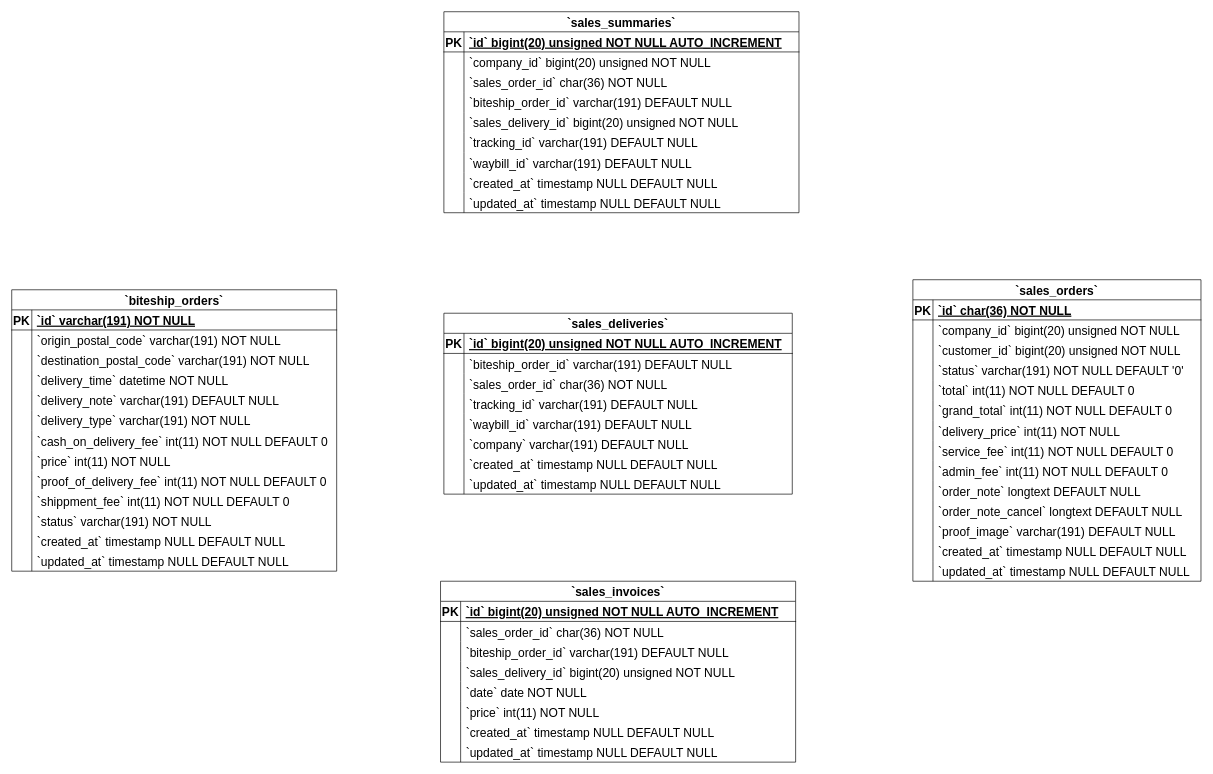
The draw.io diagram Sales Deliveries ERD Diagram.drawio in Simasco/diagram, before the edit. Source tidied: cells renumbered, new cells numbered last; positions are measured from the earlier drawing's top-left corner, leaving out a move shared by most shapes. Both pictures are drawn from the tidied source at 67%, with x=0, y=0 at pixel (11, 11).
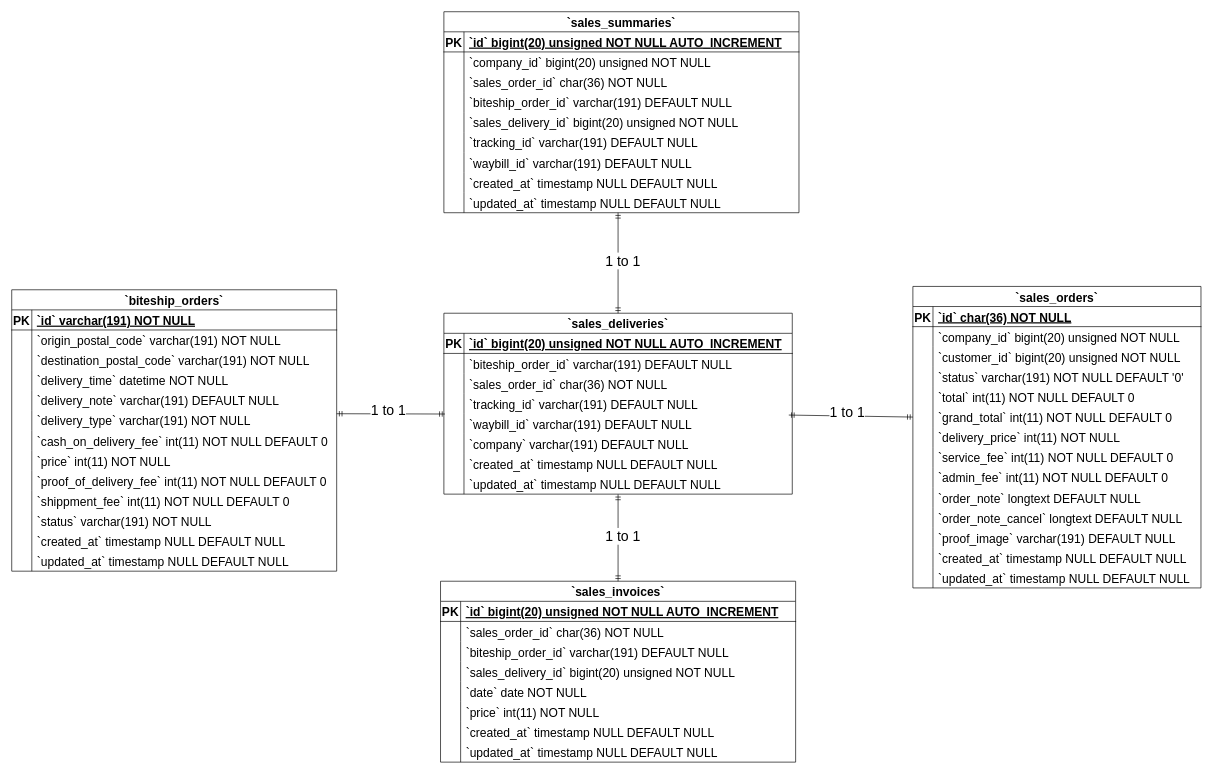
The same page after the edit.

Unchanged cells that the change refers to:
```xml
<mxCell id="42" value="`sales_deliveries`" style="shape=table;startSize=30;childLayout=tableLayout;rowLines=0;fontStyle=1;align=center;fontSize=18;" parent="1" vertex="1">
  <mxGeometry x="645" y="450" width="520" height="270" as="geometry" />
</mxCell>
<mxCell id="52" style="shape=tableRow;horizontal=0;startSize=0;swimlaneHead=0;swimlaneBody=0;fillColor=none;points=[[0,0.5],[1,0.5]];portConstraint=eastwest;strokeColor=inherit;top=0;left=0;right=0;bottom=0;fontSize=18;" parent="42" vertex="1">
  <mxGeometry y="120" width="520" height="30" as="geometry" />
</mxCell>
<mxCell id="55" style="shape=tableRow;horizontal=0;startSize=0;swimlaneHead=0;swimlaneBody=0;fillColor=none;points=[[0,0.5],[1,0.5]];portConstraint=eastwest;strokeColor=inherit;top=0;left=0;right=0;bottom=0;fontSize=18;" parent="42" vertex="1">
  <mxGeometry y="150" width="520" height="30" as="geometry" />
</mxCell>
<mxCell id="64" style="shape=tableRow;horizontal=0;startSize=0;swimlaneHead=0;swimlaneBody=0;fillColor=none;points=[[0,0.5],[1,0.5]];portConstraint=eastwest;strokeColor=inherit;top=0;left=0;right=0;bottom=0;fontSize=18;" parent="42" vertex="1">
  <mxGeometry y="240" width="520" height="30" as="geometry" />
</mxCell>
<mxCell id="83" style="shape=tableRow;horizontal=0;startSize=0;swimlaneHead=0;swimlaneBody=0;fillColor=none;points=[[0,0.5],[1,0.5]];portConstraint=eastwest;strokeColor=inherit;top=0;left=0;right=0;bottom=0;fontSize=18;" parent="67" vertex="1">
  <mxGeometry y="180" width="430" height="30" as="geometry" />
</mxCell>
<mxCell id="110" value="`sales_invoices`" style="shape=table;startSize=30;childLayout=tableLayout;rowLines=0;fontStyle=1;align=center;fontSize=18;" parent="1" vertex="1">
  <mxGeometry x="640" y="850" width="530" height="270" as="geometry" />
</mxCell>
```

Diff of the diagram source:
```diff
@@
     <mxCell id="67" value="`sales_orders`" style="shape=table;startSize=30;childLayout=tableLayout;rowLines=0;fontStyle=1;align=center;fontSize=18;" parent="1" vertex="1">
-      <mxGeometry x="1345" y="400" width="430" height="450" as="geometry" />
+      <mxGeometry x="1345" y="410" width="430" height="450" as="geometry" />
     </mxCell>
@@
+    <mxCell id="163" style="fontSize=12;html=1;endArrow=ERmandOne;startArrow=ERmandOne;rounded=0;exitX=0.5;exitY=1.012;exitDx=0;exitDy=0;exitPerimeter=0;entryX=0.5;entryY=0;entryDx=0;entryDy=0;" parent="1" edge="1" source="64" target="110">
+      <mxGeometry relative="1" as="geometry" />
+    </mxCell>
+    <mxCell id="164" value="&lt;font style=&quot;font-size: 21px;&quot;&gt;1 to 1&lt;/font&gt;" style="edgeLabel;html=1;align=center;verticalAlign=middle;" parent="163" vertex="1">
+      <mxGeometry x="-0.05" y="7" relative="1" as="geometry">
+        <mxPoint x="-1" as="offset" />
+      </mxGeometry>
+    </mxCell>
+    <mxCell id="165" style="fontSize=12;html=1;endArrow=ERmandOne;startArrow=ERmandOne;rounded=0;" parent="1" edge="1" target="42">
+      <mxGeometry relative="1" as="geometry">
+        <mxPoint x="905" y="300" as="sourcePoint" />
+      </mxGeometry>
+    </mxCell>
+    <mxCell id="166" value="&lt;font style=&quot;font-size: 21px;&quot;&gt;1 to 1&lt;/font&gt;" style="edgeLabel;html=1;align=center;verticalAlign=middle;" parent="165" vertex="1">
+      <mxGeometry x="-0.05" y="7" relative="1" as="geometry">
+        <mxPoint x="-1" as="offset" />
+      </mxGeometry>
+    </mxCell>
+    <mxCell id="167" style="fontSize=12;html=1;endArrow=ERmandOne;startArrow=ERmandOne;rounded=0;entryX=0.003;entryY=0.015;entryDx=0;entryDy=0;entryPerimeter=0;" parent="1" edge="1" target="55">
+      <mxGeometry relative="1" as="geometry">
+        <mxPoint x="485" y="600" as="sourcePoint" />
+      </mxGeometry>
+    </mxCell>
+    <mxCell id="168" value="&lt;font style=&quot;font-size: 21px;&quot;&gt;1 to 1&lt;/font&gt;" style="edgeLabel;html=1;align=center;verticalAlign=middle;" parent="167" vertex="1">
+      <mxGeometry x="-0.05" y="7" relative="1" as="geometry">
+        <mxPoint x="-1" as="offset" />
+      </mxGeometry>
+    </mxCell>
+    <mxCell id="169" style="fontSize=12;html=1;endArrow=ERmandOne;startArrow=ERmandOne;rounded=0;entryX=0;entryY=0.5;entryDx=0;entryDy=0;exitX=0.99;exitY=1.066;exitDx=0;exitDy=0;exitPerimeter=0;" parent="1" edge="1" source="52" target="83">
+      <mxGeometry relative="1" as="geometry" />
+    </mxCell>
+    <mxCell id="170" value="&lt;font style=&quot;font-size: 21px;&quot;&gt;1 to 1&lt;/font&gt;" style="edgeLabel;html=1;align=center;verticalAlign=middle;" parent="169" vertex="1">
+      <mxGeometry x="-0.05" y="7" relative="1" as="geometry">
+        <mxPoint x="-1" as="offset" />
+      </mxGeometry>
+    </mxCell>
```
